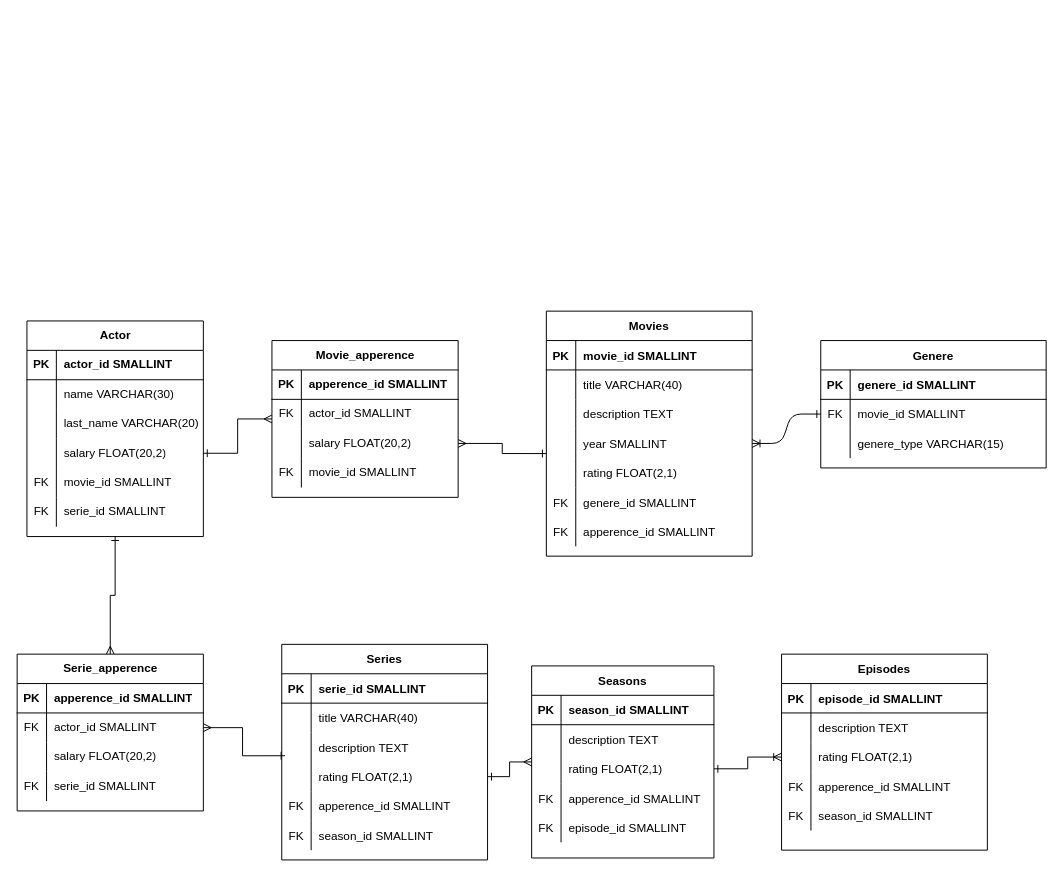
Above: netflix.drawio in MilagrosSerrano/SQL (draw.io), before the change. Source tidied: cells renumbered, new cells numbered last; positions are measured from the earlier drawing's top-left corner, leaving out a move shared by most shapes. Both pictures are drawn from the tidied source at 98%, with x=0, y=0 at pixel (17, 311).
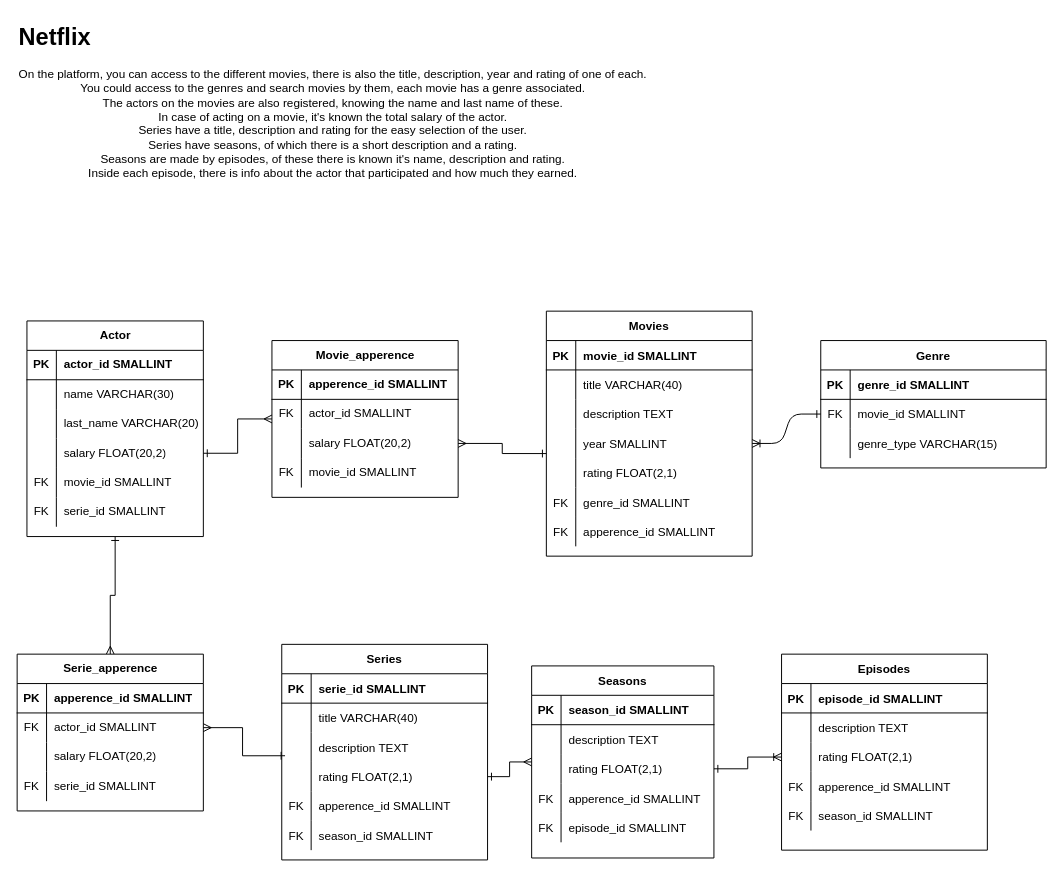
The same page after the edit.

Unchanged cells that the change refers to:
```xml
<mxCell id="19" style="shape=partialRectangle;fillColor=none;top=0;left=0;right=0;bottom=0;" parent="3" vertex="1">
  <mxGeometry y="180" width="210" height="30" as="geometry" />
</mxCell>
<mxCell id="26" style="shape=partialRectangle;fillColor=none;top=0;left=0;right=0;bottom=1;" parent="25" vertex="1">
  <mxGeometry y="30" width="230" height="30" as="geometry" />
</mxCell>
<mxCell id="32" style="shape=partialRectangle;fillColor=none;top=0;left=0;right=0;bottom=0;" parent="25" vertex="1">
  <mxGeometry y="90" width="230" height="30" as="geometry" />
</mxCell>
```

Diff of the diagram source:
```diff
@@
-    <mxCell id="21" value="genere_id SMALLINT" style="shape=partialRectangle;overflow=hidden;fillColor=none;top=0;left=0;bottom=0;right=0;align=left;spacingLeft=6;" parent="19" vertex="1">
+    <mxCell id="21" value="genre_id SMALLINT" style="shape=partialRectangle;overflow=hidden;fillColor=none;top=0;left=0;bottom=0;right=0;align=left;spacingLeft=6;" parent="19" vertex="1">
       <mxGeometry x="30" width="180" height="30" as="geometry" />
     </mxCell>
@@
-    <mxCell id="25" value="Genere" style="shape=table;startSize=30;childLayout=tableLayout;rowLines=0;fontStyle=1;align=center;" parent="1" vertex="1">
+    <mxCell id="25" value="Genre" style="shape=table;startSize=30;childLayout=tableLayout;rowLines=0;fontStyle=1;align=center;" parent="1" vertex="1">
       <mxGeometry x="820" y="30" width="230" height="130" as="geometry" />
     </mxCell>
@@
-    <mxCell id="28" value="genere_id SMALLINT" style="shape=partialRectangle;overflow=hidden;fillColor=none;top=0;left=0;bottom=0;right=0;align=left;spacingLeft=6;fontStyle=1;" parent="26" vertex="1">
+    <mxCell id="28" value="genre_id SMALLINT" style="shape=partialRectangle;overflow=hidden;fillColor=none;top=0;left=0;bottom=0;right=0;align=left;spacingLeft=6;fontStyle=1;" parent="26" vertex="1">
       <mxGeometry x="30" width="200" height="30" as="geometry" />
     </mxCell>
@@
-    <mxCell id="34" value="genere_type VARCHAR(15)" style="shape=partialRectangle;overflow=hidden;fillColor=none;top=0;left=0;bottom=0;right=0;align=left;spacingLeft=6;" parent="32" vertex="1">
+    <mxCell id="34" value="genre_type VARCHAR(15)" style="shape=partialRectangle;overflow=hidden;fillColor=none;top=0;left=0;bottom=0;right=0;align=left;spacingLeft=6;" parent="32" vertex="1">
       <mxGeometry x="30" width="200" height="30" as="geometry" />
     </mxCell>
@@
+    <mxCell id="137" value="&lt;h1 style=&quot;margin-top: 0px;&quot;&gt;Netflix&lt;/h1&gt;&lt;div style=&quot;text-align: center;&quot;&gt;On the platform, you can access to the different movies, there is also the title, description, year and rating of one of each.&lt;/div&gt;&lt;div style=&quot;text-align: center;&quot;&gt;You could access to the genres and search movies by them, each movie has a genre associated.&lt;/div&gt;&lt;div style=&quot;text-align: center;&quot;&gt;The actors on the movies are also registered, knowing the name and last name of these.&lt;/div&gt;&lt;div style=&quot;text-align: center;&quot;&gt;In case of acting on a movie, it's known the total salary of the actor.&lt;/div&gt;&lt;div style=&quot;text-align: center;&quot;&gt;Series have a title, description and rating for the easy selection of the user.&lt;/div&gt;&lt;div style=&quot;text-align: center;&quot;&gt;Series have seasons, of which there is a short description and a rating.&lt;/div&gt;&lt;div style=&quot;text-align: center;&quot;&gt;Seasons are made by episodes, of these there is known it's name, description and rating.&lt;/div&gt;&lt;div style=&quot;text-align: center;&quot;&gt;Inside each episode, there is info about the actor that participated and how much they earned.&lt;/div&gt;" style="text;html=1;whiteSpace=wrap;overflow=hidden;rounded=0;fillColor=default;" parent="1" vertex="1">
+      <mxGeometry y="-300" width="660" height="210" as="geometry" />
+    </mxCell>
```
